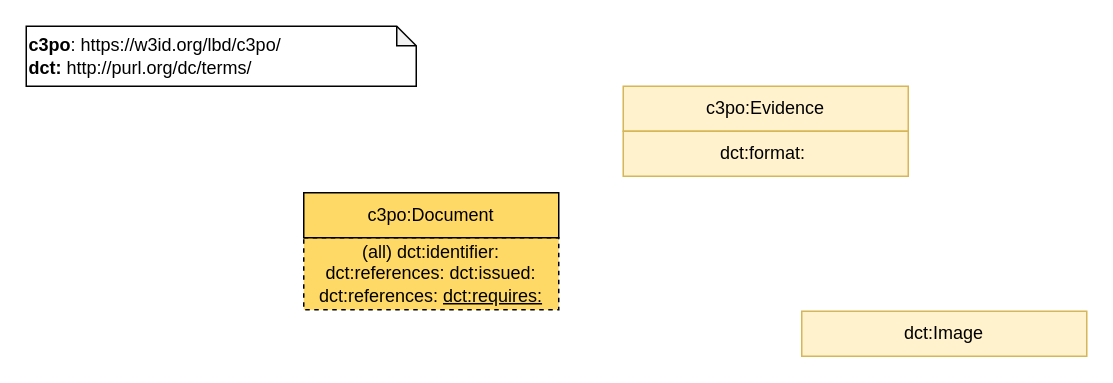
Earlier version of the draw.io diagram page "evidence" (2 of 6) of c3po.drawio (Accord-Project/aec3po). Source tidied: cells renumbered, new cells numbered last; positions are measured from the earlier drawing's top-left corner, leaving out a move shared by most shapes. Both pictures are drawn from the tidied source at 150%, with x=0, y=0 at pixel (26, 26).
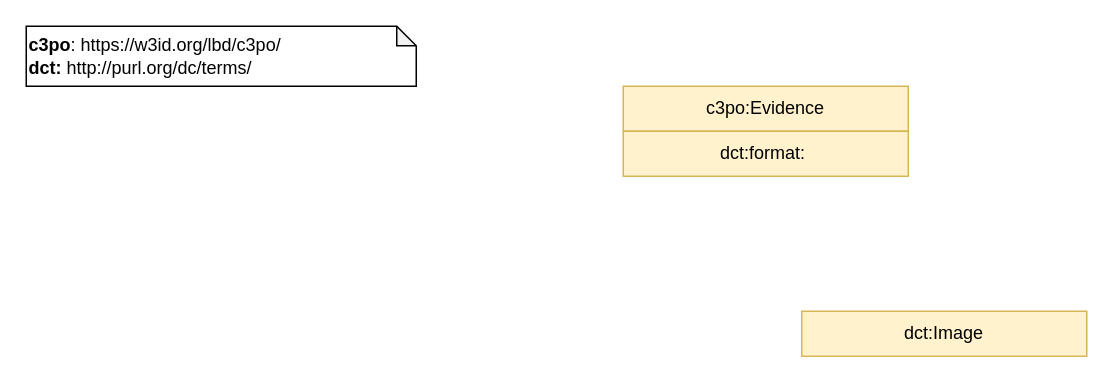
Above is the later version.

What changed in the source:
```diff
@@
 <mxGraphModel>
   <root>
     <mxCell id="0" />
     <mxCell id="1" parent="0" />
     <mxCell id="2" value="&lt;b&gt;c3po&lt;/b&gt;&lt;span style=&quot;background-color: initial;&quot;&gt;: https://w3id.org/lbd/c3po/&lt;/span&gt;&lt;b&gt;&lt;br&gt;&lt;/b&gt;&lt;b style=&quot;background-color: initial;&quot;&gt;dct:&lt;/b&gt;&lt;span style=&quot;background-color: initial;&quot;&gt;&amp;nbsp;&lt;/span&gt;http://purl.org/dc/terms/" style="shape=note;whiteSpace=wrap;html=1;backgroundOutline=1;darkOpacity=0.05;size=13;align=left;" parent="1" vertex="1">
       <mxGeometry width="260" height="40" as="geometry" />
     </mxCell>
     <mxCell id="3" value="dct:Image" style="rounded=0;whiteSpace=wrap;html=1;fillColor=#fff2cc;strokeColor=#d6b656;" parent="1" vertex="1">
       <mxGeometry x="517" y="190" width="190" height="30" as="geometry" />
     </mxCell>
-    <mxCell id="4" value="(all) dct:identifier: dct:references: dct:issued: dct:references: &lt;u&gt;dct:requires:&lt;/u&gt;" style="rounded=0;whiteSpace=wrap;html=1;dashed=1;fillColor=#FFD966;" parent="1" vertex="1">
-      <mxGeometry x="185" y="141" width="170" height="48" as="geometry" />
-    </mxCell>
-    <mxCell id="5" value="c3po:Document" style="rounded=0;whiteSpace=wrap;html=1;fillColor=#FFD966;" parent="1" vertex="1">
-      <mxGeometry x="185" y="111" width="170" height="30" as="geometry" />
-    </mxCell>
     <mxCell id="6" value="c3po:Evidence" style="rounded=0;whiteSpace=wrap;html=1;fillColor=#fff2cc;strokeColor=#d6b656;" parent="1" vertex="1">
       <mxGeometry x="398" y="40" width="190" height="30" as="geometry" />
     </mxCell>
     <mxCell id="7" value="dct:format:&amp;nbsp;" style="rounded=0;whiteSpace=wrap;html=1;fillColor=#fff2cc;strokeColor=#d6b656;" parent="1" vertex="1">
       <mxGeometry x="398" y="70" width="190" height="30" as="geometry" />
     </mxCell>
   </root>
 </mxGraphModel>
```
